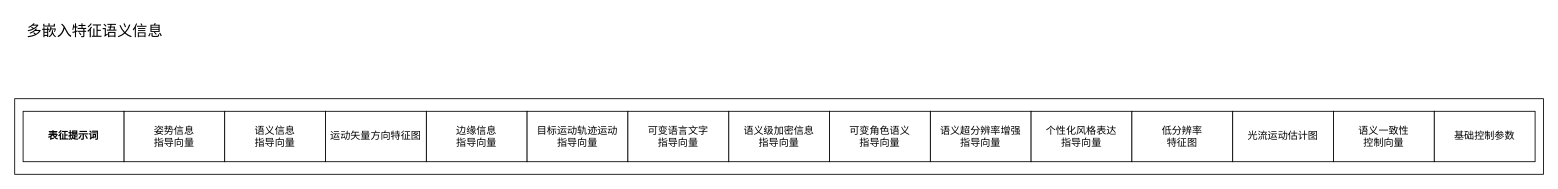
Earlier version of the draw.io diagram 多嵌入特征语义信息_图片.drawio (hrf666666/FlowCharts). Source tidied: cells renumbered, new cells numbered last; positions are measured from the earlier drawing's top-left corner, leaving out a move shared by most shapes. Both pictures are drawn from the tidied source at 84%, with x=0, y=0 at pixel (14, 14).
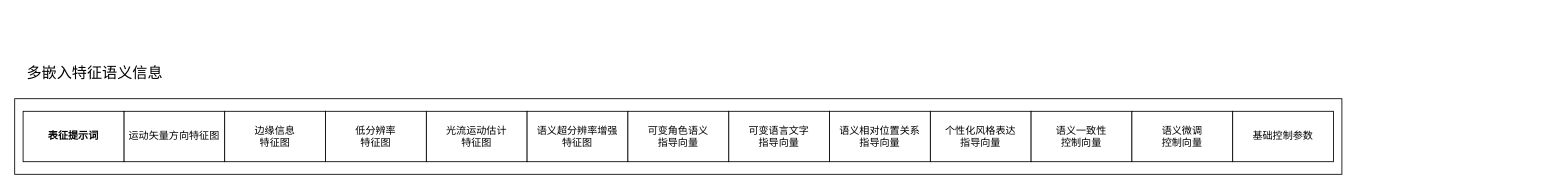
Above is the later version.

Commit message:
更新多嵌入特征语义信息_图片.drawio

The edit, as a diff of the source:
```diff
@@
 <mxGraphModel>
   <root>
     <mxCell id="0" />
     <mxCell id="1" parent="0" />
     <mxCell id="2" style="rounded=0;whiteSpace=wrap;html=1;" parent="1" vertex="1">
-      <mxGeometry y="100" width="1820" height="90" as="geometry" />
+      <mxGeometry y="100" width="1580" height="90" as="geometry" />
     </mxCell>
-    <mxCell id="3" value="姿势信息&lt;div&gt;指导向量&lt;/div&gt;" style="rounded=0;whiteSpace=wrap;html=1;" parent="1" vertex="1">
+    <mxCell id="3" value="运动矢量方向特征图" style="rounded=0;whiteSpace=wrap;html=1;" parent="1" vertex="1">
       <mxGeometry x="130" y="115" width="120" height="60" as="geometry" />
     </mxCell>
-    <mxCell id="4" value="语义信息&lt;div&gt;指导向量&lt;/div&gt;" style="rounded=0;whiteSpace=wrap;html=1;" parent="1" vertex="1">
+    <mxCell id="4" value="边缘信息&lt;div&gt;特征图&lt;/div&gt;" style="rounded=0;whiteSpace=wrap;html=1;" parent="1" vertex="1">
       <mxGeometry x="250" y="115" width="120" height="60" as="geometry" />
     </mxCell>
-    <mxCell id="5" value="边缘信息&lt;div&gt;指导向量&lt;/div&gt;" style="rounded=0;whiteSpace=wrap;html=1;" parent="1" vertex="1">
+    <mxCell id="5" value="&lt;div&gt;光流运动估计&lt;/div&gt;&lt;div&gt;特征图&lt;/div&gt;" style="rounded=0;whiteSpace=wrap;html=1;" parent="1" vertex="1">
       <mxGeometry x="490" y="115" width="120" height="60" as="geometry" />
     </mxCell>
     <mxCell id="6" value="&lt;b&gt;表征提示词&lt;/b&gt;" style="rounded=0;whiteSpace=wrap;html=1;" parent="1" vertex="1">
       <mxGeometry x="10" y="115" width="120" height="60" as="geometry" />
     </mxCell>
-    <mxCell id="7" value="目标运动轨迹运动&lt;div&gt;指导向量&lt;/div&gt;" style="rounded=0;whiteSpace=wrap;html=1;" parent="1" vertex="1">
+    <mxCell id="7" value="语义超分辨率增强&lt;div&gt;特征图&lt;/div&gt;" style="rounded=0;whiteSpace=wrap;html=1;" parent="1" vertex="1">
       <mxGeometry x="610" y="115" width="120" height="60" as="geometry" />
     </mxCell>
-    <mxCell id="8" value="语义级加密信息&lt;div&gt;指导向量&lt;/div&gt;" style="rounded=0;whiteSpace=wrap;html=1;" parent="1" vertex="1">
+    <mxCell id="8" value="可变语言文字&lt;div&gt;指导向量&lt;/div&gt;" style="rounded=0;whiteSpace=wrap;html=1;" parent="1" vertex="1">
       <mxGeometry x="850" y="115" width="120" height="60" as="geometry" />
     </mxCell>
-    <mxCell id="9" value="语义超分辨率增强&lt;div&gt;指导向量&lt;/div&gt;" style="rounded=0;whiteSpace=wrap;html=1;" parent="1" vertex="1">
+    <mxCell id="9" value="&lt;div&gt;个性化风格表达&lt;/div&gt;&lt;div&gt;指导向量&lt;/div&gt;" style="rounded=0;whiteSpace=wrap;html=1;" parent="1" vertex="1">
       <mxGeometry x="1090" y="115" width="120" height="60" as="geometry" />
     </mxCell>
-    <mxCell id="10" value="可变语言文字&lt;div&gt;指导向量&lt;/div&gt;" style="rounded=0;whiteSpace=wrap;html=1;" parent="1" vertex="1">
+    <mxCell id="10" value="&lt;div&gt;可变角色语义&lt;/div&gt;&lt;div&gt;指导向量&lt;/div&gt;" style="rounded=0;whiteSpace=wrap;html=1;" parent="1" vertex="1">
       <mxGeometry x="730" y="115" width="120" height="60" as="geometry" />
     </mxCell>
-    <mxCell id="11" value="&lt;div&gt;可变角色语义&lt;/div&gt;&lt;div&gt;指导向量&lt;/div&gt;" style="rounded=0;whiteSpace=wrap;html=1;" parent="1" vertex="1">
+    <mxCell id="11" value="语义相对位置关系&lt;div&gt;指导向量&lt;/div&gt;" style="rounded=0;whiteSpace=wrap;html=1;" parent="1" vertex="1">
       <mxGeometry x="970" y="115" width="120" height="60" as="geometry" />
     </mxCell>
-    <mxCell id="12" value="&lt;div&gt;个性化风格表达&lt;/div&gt;&lt;div&gt;指导向量&lt;/div&gt;" style="rounded=0;whiteSpace=wrap;html=1;" parent="1" vertex="1">
+    <mxCell id="12" value="&lt;div&gt;语义一致性&lt;/div&gt;&lt;div&gt;控制向量&lt;/div&gt;" style="rounded=0;whiteSpace=wrap;html=1;" parent="1" vertex="1">
       <mxGeometry x="1210" y="115" width="120" height="60" as="geometry" />
     </mxCell>
-    <mxCell id="13" value="&lt;div&gt;低分辨率&lt;/div&gt;&lt;div&gt;特征图&lt;/div&gt;" style="rounded=0;whiteSpace=wrap;html=1;" parent="1" vertex="1">
+    <mxCell id="13" value="&lt;div&gt;语义微调&lt;/div&gt;&lt;div&gt;控制向量&lt;/div&gt;" style="rounded=0;whiteSpace=wrap;html=1;" parent="1" vertex="1">
       <mxGeometry x="1330" y="115" width="120" height="60" as="geometry" />
     </mxCell>
     <mxCell id="14" value="&lt;font style=&quot;font-size: 18px;&quot;&gt;多嵌入特征语义信息&lt;/font&gt;" style="text;html=1;align=center;verticalAlign=middle;strokeColor=none;fillColor=none;" parent="1" vertex="1">
-      <mxGeometry width="190" height="40" as="geometry" />
+      <mxGeometry y="50" width="190" height="40" as="geometry" />
     </mxCell>
-    <mxCell id="15" value="运动矢量方向特征图" style="rounded=0;whiteSpace=wrap;html=1;" parent="1" vertex="1">
+    <mxCell id="15" value="&lt;div&gt;低分辨率&lt;/div&gt;&lt;div&gt;特征图&lt;/div&gt;" style="rounded=0;whiteSpace=wrap;html=1;" parent="1" vertex="1">
       <mxGeometry x="370" y="115" width="120" height="60" as="geometry" />
     </mxCell>
-    <mxCell id="16" value="&lt;div&gt;光流运动估计图&lt;/div&gt;" style="rounded=0;whiteSpace=wrap;html=1;" parent="1" vertex="1">
-      <mxGeometry x="1450" y="115" width="120" height="60" as="geometry" />
-    </mxCell>
-    <mxCell id="17" value="&lt;div&gt;语义一致性&lt;/div&gt;&lt;div&gt;控制向量&lt;/div&gt;" style="rounded=0;whiteSpace=wrap;html=1;" parent="1" vertex="1">
-      <mxGeometry x="1570" y="115" width="120" height="60" as="geometry" />
-    </mxCell>
     <mxCell id="18" value="&lt;div&gt;基础控制参数&lt;/div&gt;" style="rounded=0;whiteSpace=wrap;html=1;" parent="1" vertex="1">
-      <mxGeometry x="1690" y="115" width="120" height="60" as="geometry" />
+      <mxGeometry x="1450" y="115" width="120" height="60" as="geometry" />
     </mxCell>
   </root>
 </mxGraphModel>
```
